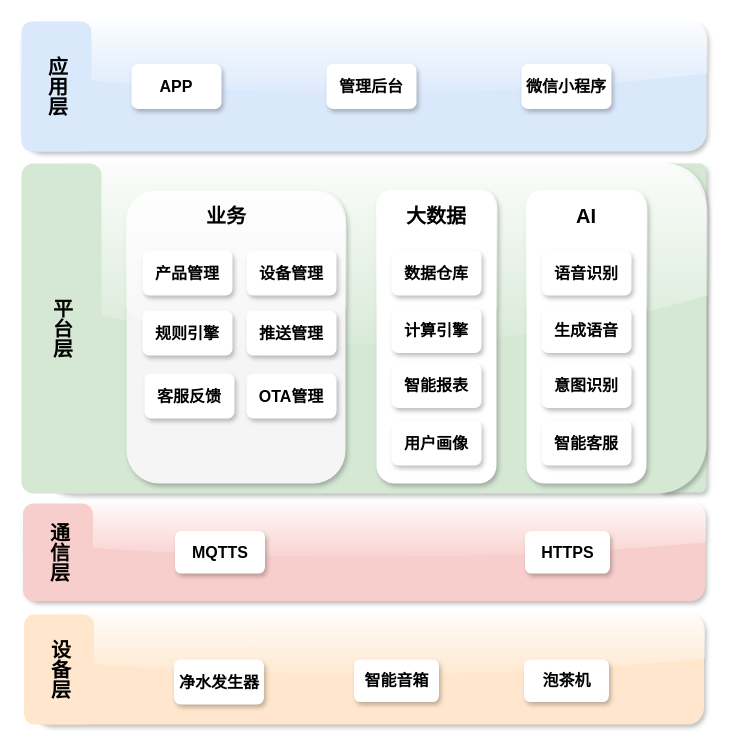
jimmy0/chart keeps this draw.io diagram as newiot.drawio. Above is the earlier version. Source tidied: cells renumbered, new cells numbered last; positions are measured from the earlier drawing's top-left corner, leaving out a move shared by most shapes. Both pictures are drawn from the tidied source at 100%, with x=0, y=0 at pixel (21, 21).
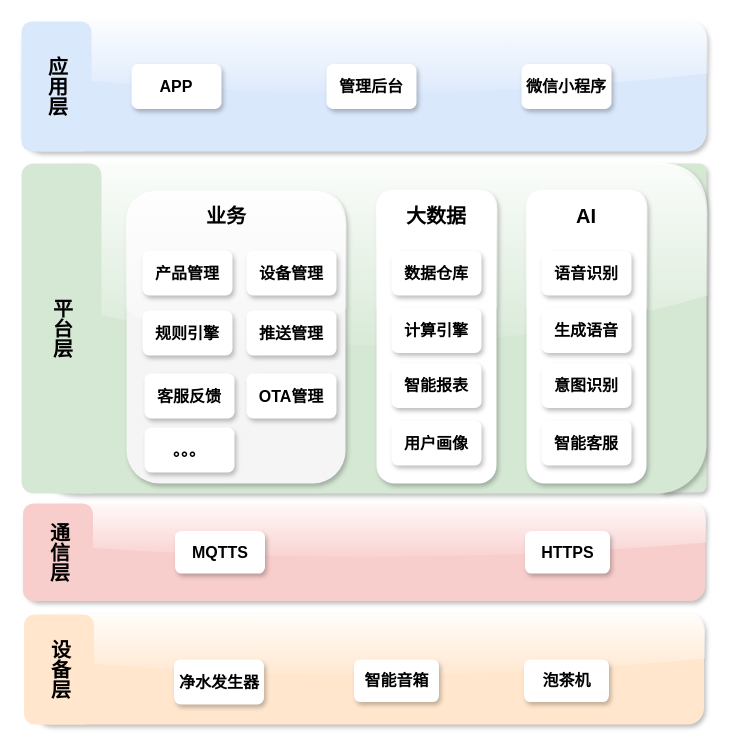
The same page after the edit.

What changed in the source:
```diff
@@
+    <mxCell id="39" value="。。。" style="rounded=1;whiteSpace=wrap;html=1;fontSize=16;strokeColor=none;shadow=1;fontStyle=1;" parent="1" vertex="1">
+      <mxGeometry x="123" y="406" width="90" height="45" as="geometry" />
+    </mxCell>
```
